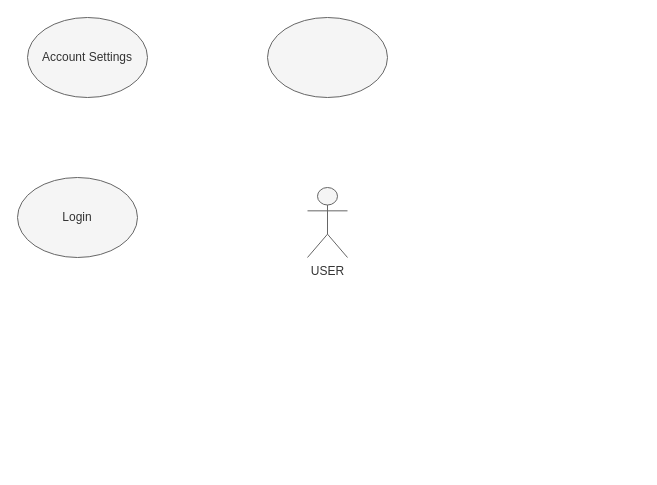
Above: out/production/ZingMP3/diagram/user.drawio in Sonnm90/MD3_JAVA_MUSICWEB (draw.io), before the change. Source tidied: cells renumbered, new cells numbered last; positions are measured from the earlier drawing's top-left corner, leaving out a move shared by most shapes. Both pictures are drawn from the tidied source at 100%, with x=0, y=0 at pixel (17, 17).
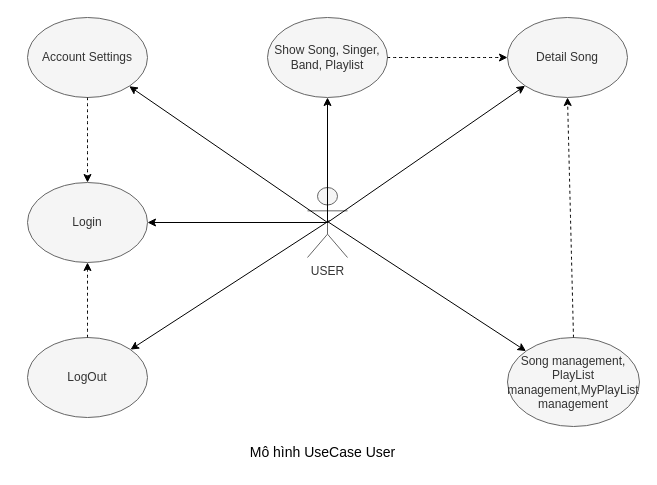
The same page after the edit.

The change refers to these unchanged cells:
```xml
<mxCell id="2" value="USER" style="shape=umlActor;verticalLabelPosition=bottom;verticalAlign=top;html=1;outlineConnect=0;fillColor=#f5f5f5;fontColor=#333333;strokeColor=#666666;" parent="1" vertex="1">
  <mxGeometry x="290" y="170" width="40" height="70" as="geometry" />
</mxCell>
<mxCell id="4" value="Account Settings" style="ellipse;whiteSpace=wrap;html=1;fillColor=#f5f5f5;fontColor=#333333;strokeColor=#666666;" parent="1" vertex="1">
  <mxGeometry x="10" width="120" height="80" as="geometry" />
</mxCell>
```

The edit, as a diff of the source:
```diff
@@
     <mxCell id="3" value="Login" style="ellipse;whiteSpace=wrap;html=1;fillColor=#f5f5f5;fontColor=#333333;strokeColor=#666666;" parent="1" vertex="1">
-      <mxGeometry y="160" width="120" height="80" as="geometry" />
+      <mxGeometry x="10" y="165" width="120" height="80" as="geometry" />
     </mxCell>
@@
-    <mxCell id="5" style="ellipse;whiteSpace=wrap;html=1;fillColor=#f5f5f5;fontColor=#333333;strokeColor=#666666;" parent="1" vertex="1">
+    <mxCell id="5" value="Show Song, Singer, Band, Playlist" style="ellipse;whiteSpace=wrap;html=1;fillColor=#f5f5f5;fontColor=#333333;strokeColor=#666666;" parent="1" vertex="1">
       <mxGeometry x="250" width="120" height="80" as="geometry" />
     </mxCell>
+    <mxCell id="6" value="Detail Song" style="ellipse;whiteSpace=wrap;html=1;fillColor=#f5f5f5;fontColor=#333333;strokeColor=#666666;" parent="1" vertex="1">
+      <mxGeometry x="490" width="120" height="80" as="geometry" />
+    </mxCell>
+    <mxCell id="7" value="LogOut" style="ellipse;whiteSpace=wrap;html=1;fillColor=#f5f5f5;fontColor=#333333;strokeColor=#666666;" parent="1" vertex="1">
+      <mxGeometry x="10" y="320" width="120" height="80" as="geometry" />
+    </mxCell>
+    <mxCell id="8" value="Song management, PlayList management,MyPlayList management" style="ellipse;whiteSpace=wrap;html=1;fillColor=#f5f5f5;fontColor=#333333;strokeColor=#666666;" parent="1" vertex="1">
+      <mxGeometry x="490" y="320" width="132" height="89" as="geometry" />
+    </mxCell>
+    <mxCell id="9" style="endArrow=classic;html=1;rounded=0;fontFamily=Times New Roman;fontColor=#000000;strokeColor=#000000;exitX=0.5;exitY=0.5;exitDx=0;exitDy=0;exitPerimeter=0;entryX=0.5;entryY=1;entryDx=0;entryDy=0;" parent="1" edge="1" source="2" target="5">
+      <mxGeometry relative="1" as="geometry" />
+    </mxCell>
+    <mxCell id="10" style="endArrow=classic;html=1;rounded=0;fontFamily=Times New Roman;fontColor=#000000;strokeColor=#000000;entryX=1;entryY=0.5;entryDx=0;entryDy=0;exitX=0.5;exitY=0.5;exitDx=0;exitDy=0;exitPerimeter=0;" parent="1" edge="1" source="2" target="3">
+      <mxGeometry relative="1" as="geometry" />
+    </mxCell>
+    <mxCell id="11" style="endArrow=classic;html=1;rounded=0;fontFamily=Times New Roman;fontColor=#000000;strokeColor=#000000;exitX=0.5;exitY=0.5;exitDx=0;exitDy=0;exitPerimeter=0;" parent="1" edge="1" source="2" target="4">
+      <mxGeometry relative="1" as="geometry" />
+    </mxCell>
+    <mxCell id="12" style="endArrow=classic;html=1;rounded=0;fontFamily=Times New Roman;fontColor=#000000;strokeColor=#000000;exitX=0.5;exitY=0.5;exitDx=0;exitDy=0;exitPerimeter=0;entryX=0;entryY=1;entryDx=0;entryDy=0;" parent="1" edge="1" source="2" target="6">
+      <mxGeometry relative="1" as="geometry" />
+    </mxCell>
+    <mxCell id="13" style="endArrow=classic;html=1;rounded=0;fontFamily=Times New Roman;fontColor=#000000;strokeColor=#000000;" parent="1" edge="1" target="7">
+      <mxGeometry relative="1" as="geometry">
+        <mxPoint x="312" y="203" as="sourcePoint" />
+      </mxGeometry>
+    </mxCell>
+    <mxCell id="14" style="endArrow=classic;html=1;rounded=0;fontFamily=Times New Roman;fontColor=#000000;strokeColor=#000000;" parent="1" edge="1" target="8">
+      <mxGeometry relative="1" as="geometry">
+        <mxPoint x="310" y="204" as="sourcePoint" />
+      </mxGeometry>
+    </mxCell>
+    <mxCell id="15" style="endArrow=classic;html=1;dashed=1;strokeColor=#000000;curved=1;entryX=0.5;entryY=1;entryDx=0;entryDy=0;exitX=0.5;exitY=0;exitDx=0;exitDy=0;" parent="1" edge="1" source="7" target="3">
+      <mxGeometry relative="1" as="geometry" />
+    </mxCell>
+    <mxCell id="16" style="endArrow=classic;html=1;dashed=1;strokeColor=#000000;curved=1;entryX=0.5;entryY=0;entryDx=0;entryDy=0;exitX=0.5;exitY=1;exitDx=0;exitDy=0;" parent="1" edge="1" source="4" target="3">
+      <mxGeometry relative="1" as="geometry" />
+    </mxCell>
+    <mxCell id="17" style="endArrow=classic;html=1;dashed=1;strokeColor=#000000;curved=1;exitX=1;exitY=0.5;exitDx=0;exitDy=0;entryX=0;entryY=0.5;entryDx=0;entryDy=0;" parent="1" edge="1" source="5" target="6">
+      <mxGeometry relative="1" as="geometry" />
+    </mxCell>
+    <mxCell id="18" style="endArrow=classic;html=1;dashed=1;strokeColor=#000000;curved=1;exitX=0.5;exitY=0;exitDx=0;exitDy=0;entryX=0.5;entryY=1;entryDx=0;entryDy=0;" parent="1" edge="1" source="8" target="6">
+      <mxGeometry relative="1" as="geometry" />
+    </mxCell>
+    <mxCell id="19" value="Mô hình UseCase User" style="text;html=1;align=center;verticalAlign=middle;strokeColor=none;fillColor=none;fontSize=14;fontColor=#000000;" parent="1" vertex="1">
+      <mxGeometry x="220" y="420" width="170" height="30" as="geometry" />
+    </mxCell>
```
